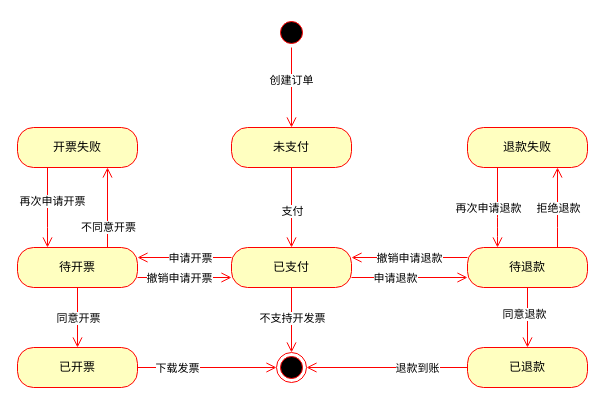
Above: doc/支付系统订单状态图.drawio in TheChosenPerson/Ruoyi-Geek-SpringBoot3 (draw.io), before the change. Source tidied: cells renumbered, new cells numbered last; positions are measured from the earlier drawing's top-left corner, leaving out a move shared by most shapes. Both pictures are drawn from the tidied source at 100%, with x=0, y=0 at pixel (17, 17).
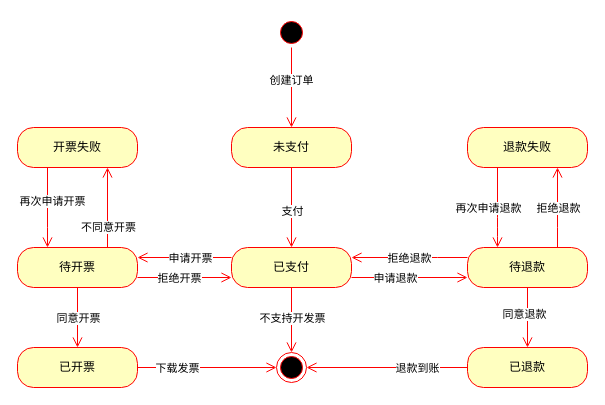
After the change.

Unchanged cells that the change refers to:
```xml
<mxCell id="36" style="edgeStyle=orthogonalEdgeStyle;html=1;verticalAlign=bottom;endArrow=open;endSize=8;strokeColor=#ff0000;entryX=1;entryY=0.25;entryDx=0;entryDy=0;exitX=0;exitY=0.25;exitDx=0;exitDy=0;" parent="1" edge="1" source="23" target="8">
  <mxGeometry relative="1" as="geometry">
    <Array as="points">
      <mxPoint x="410" y="240" />
      <mxPoint x="410" y="240" />
    </Array>
  </mxGeometry>
</mxCell>
<mxCell id="38" style="edgeStyle=orthogonalEdgeStyle;html=1;verticalAlign=bottom;endArrow=open;endSize=8;strokeColor=#ff0000;entryX=0;entryY=0.75;entryDx=0;entryDy=0;exitX=1;exitY=0.75;exitDx=0;exitDy=0;" parent="1" edge="1" source="12" target="8">
  <mxGeometry relative="1" as="geometry" />
</mxCell>
```

Change to the diagram source:
```diff
@@
-    <mxCell id="37" value="撤销申请退款" style="edgeLabel;html=1;align=center;verticalAlign=middle;" parent="36" vertex="1">
+    <mxCell id="37" value="拒绝退款" style="edgeLabel;html=1;align=center;verticalAlign=middle;" parent="36" vertex="1">
       <mxGeometry x="0.23" relative="1" as="geometry">
         <mxPoint x="12" as="offset" />
       </mxGeometry>
     </mxCell>
@@
-    <mxCell id="39" value="撤销申请开票" style="edgeLabel;html=1;align=center;verticalAlign=middle;" parent="38" vertex="1">
+    <mxCell id="39" value="拒绝开票" style="edgeLabel;html=1;align=center;verticalAlign=middle;" parent="38" vertex="1">
       <mxGeometry x="-0.26" relative="1" as="geometry">
         <mxPoint x="6" as="offset" />
       </mxGeometry>
     </mxCell>
```
